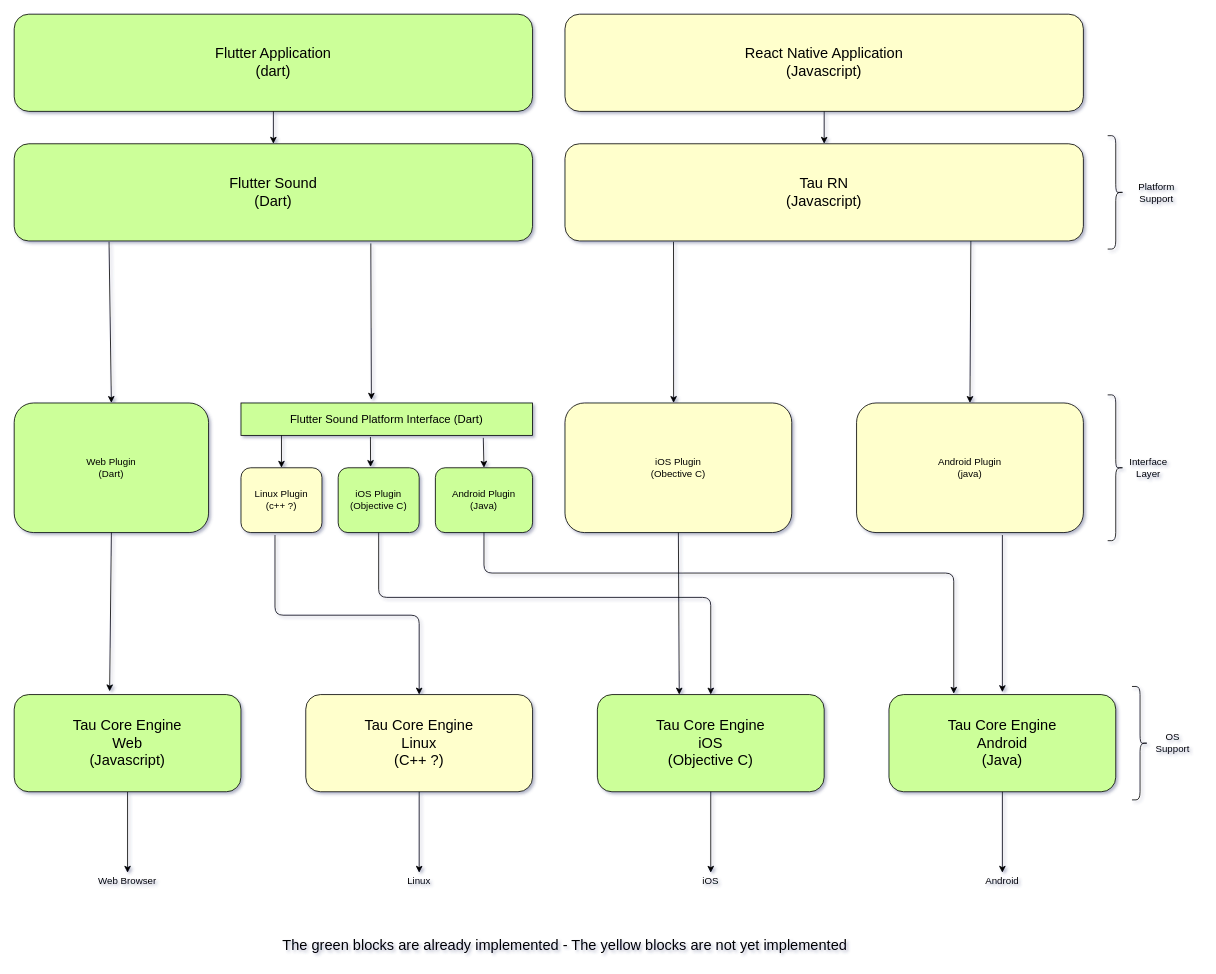
Before: doc/tau/architecture.drawio in Canardoux/flutter_sound, a draw.io diagram. Source tidied: cells renumbered, new cells numbered last; positions are measured from the earlier drawing's top-left corner, leaving out a move shared by most shapes. Both pictures are drawn from the tidied source at 81%, with x=0, y=0 at pixel (14, 14).
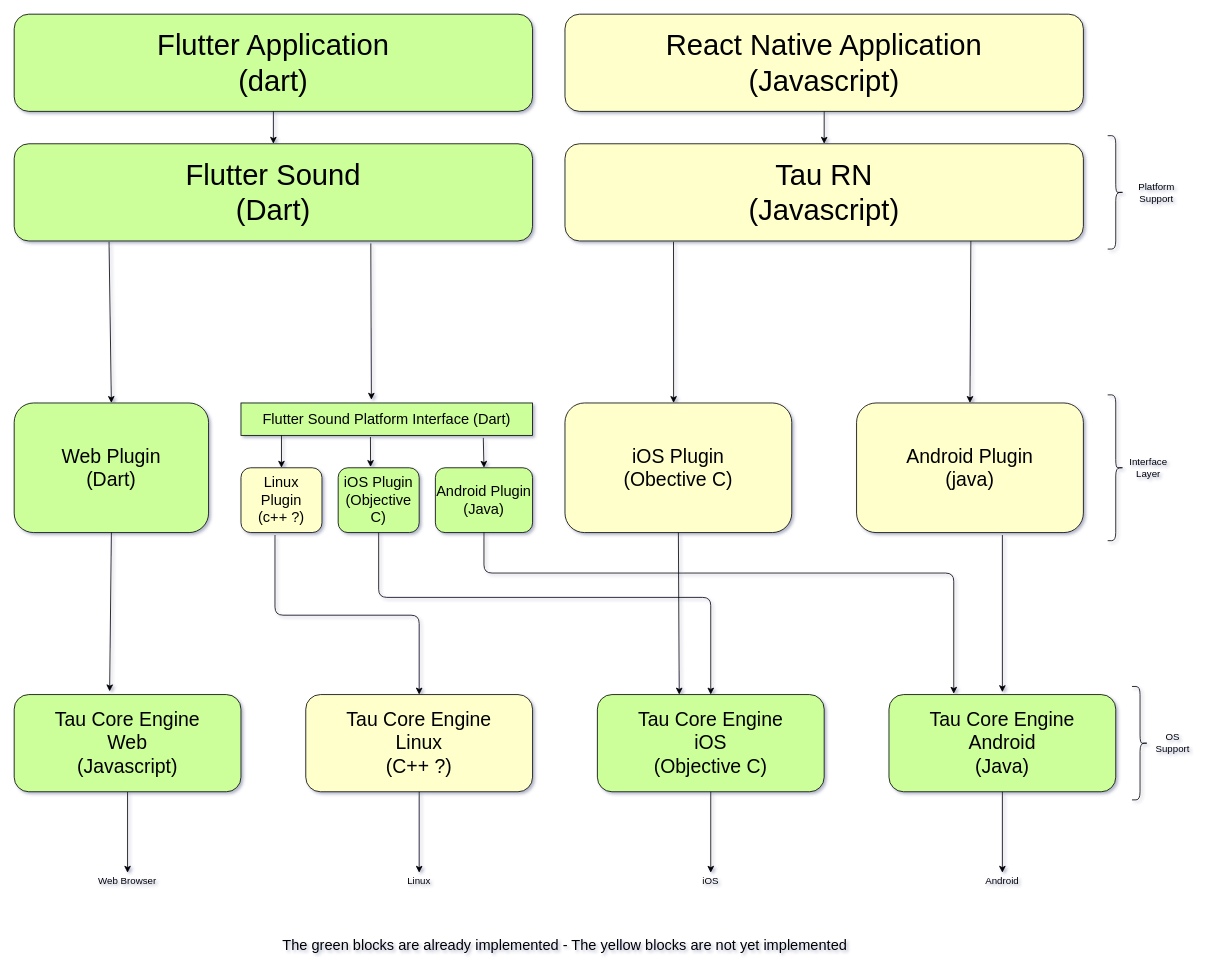
The same page after the edit.

What changed in the source:
```diff
@@
-    <mxCell id="2" value="&lt;font style=&quot;font-size: 18px&quot;&gt;Flutter Application&lt;br&gt;(dart)&lt;/font&gt;" style="rounded=1;whiteSpace=wrap;html=1;fillColor=#CCFF99;" parent="1" vertex="1">
+    <mxCell id="2" value="&lt;font style=&quot;font-size: 36px&quot;&gt;Flutter Application&lt;br&gt;(dart)&lt;/font&gt;" style="rounded=1;whiteSpace=wrap;html=1;fillColor=#CCFF99;" parent="1" vertex="1">
       <mxGeometry width="640" height="120" as="geometry" />
     </mxCell>
-    <mxCell id="3" value="&lt;font style=&quot;font-size: 18px&quot;&gt;React Native Application&lt;br&gt;(Javascript)&lt;/font&gt;" style="rounded=1;whiteSpace=wrap;html=1;fillColor=#FFFFCC;" parent="1" vertex="1">
+    <mxCell id="3" value="&lt;font style=&quot;font-size: 36px&quot;&gt;React Native Application&lt;br&gt;(Javascript)&lt;/font&gt;" style="rounded=1;whiteSpace=wrap;html=1;fillColor=#FFFFCC;" parent="1" vertex="1">
       <mxGeometry x="680" width="640" height="120" as="geometry" />
     </mxCell>
-    <mxCell id="4" value="&lt;font style=&quot;font-size: 18px&quot;&gt;Flutter Sound&lt;br&gt;&lt;/font&gt;&lt;font style=&quot;font-size: 18px&quot;&gt;(Dart)&lt;/font&gt;" style="rounded=1;whiteSpace=wrap;html=1;strokeColor=#000000;fillColor=#CCFF99;" parent="1" vertex="1">
+    <mxCell id="4" value="&lt;font style=&quot;font-size: 36px&quot;&gt;&lt;font&gt;Flutter Sound&lt;br&gt;&lt;/font&gt;&lt;font&gt;(Dart)&lt;/font&gt;&lt;/font&gt;" style="rounded=1;whiteSpace=wrap;html=1;strokeColor=#000000;fillColor=#CCFF99;" parent="1" vertex="1">
       <mxGeometry y="160" width="640" height="120" as="geometry" />
     </mxCell>
-    <mxCell id="5" value="&lt;font style=&quot;font-size: 18px&quot;&gt;Tau RN&lt;br&gt;(Javascript)&lt;br&gt;&lt;/font&gt;" style="rounded=1;whiteSpace=wrap;html=1;fillColor=#FFFFCC;" parent="1" vertex="1">
+    <mxCell id="5" value="&lt;font&gt;&lt;font style=&quot;font-size: 36px&quot;&gt;Tau RN&lt;br&gt;(Javascript)&lt;/font&gt;&lt;br&gt;&lt;/font&gt;" style="rounded=1;whiteSpace=wrap;html=1;fillColor=#FFFFCC;" parent="1" vertex="1">
       <mxGeometry x="680" y="160" width="640" height="120" as="geometry" />
     </mxCell>
@@
-    <mxCell id="7" value="&lt;font style=&quot;font-size: 18px&quot;&gt;Tau Core Engine&lt;br&gt;Web&lt;br&gt;(Javascript)&lt;/font&gt;" style="rounded=1;whiteSpace=wrap;html=1;fillColor=#CCFF99;" parent="1" vertex="1">
+    <mxCell id="7" value="&lt;font style=&quot;font-size: 24px&quot;&gt;Tau Core Engine&lt;br&gt;Web&lt;br&gt;(Javascript)&lt;/font&gt;" style="rounded=1;whiteSpace=wrap;html=1;fillColor=#CCFF99;" parent="1" vertex="1">
       <mxGeometry y="840" width="280" height="120" as="geometry" />
     </mxCell>
-    <mxCell id="8" value="&lt;font style=&quot;font-size: 18px&quot;&gt;Tau Core Engine&lt;br&gt;Linux&lt;br&gt;(C++ ?)&lt;br&gt;&lt;/font&gt;" style="rounded=1;whiteSpace=wrap;html=1;fillColor=#FFFFCC;" parent="1" vertex="1">
+    <mxCell id="8" value="&lt;font&gt;&lt;font style=&quot;font-size: 24px&quot;&gt;Tau Core Engine&lt;br&gt;Linux&lt;br&gt;(C++ ?)&lt;/font&gt;&lt;br&gt;&lt;/font&gt;" style="rounded=1;whiteSpace=wrap;html=1;fillColor=#FFFFCC;" parent="1" vertex="1">
       <mxGeometry x="360" y="840" width="280" height="120" as="geometry" />
     </mxCell>
-    <mxCell id="9" value="&lt;font style=&quot;font-size: 18px&quot;&gt;Tau Core Engine&lt;br&gt;iOS&lt;br&gt;(Objective C)&lt;br&gt;&lt;/font&gt;" style="rounded=1;whiteSpace=wrap;html=1;fillColor=#CCFF99;" parent="1" vertex="1">
+    <mxCell id="9" value="&lt;font&gt;&lt;font style=&quot;font-size: 24px&quot;&gt;Tau Core Engine&lt;br&gt;iOS&lt;br&gt;(Objective C)&lt;/font&gt;&lt;br&gt;&lt;/font&gt;" style="rounded=1;whiteSpace=wrap;html=1;fillColor=#CCFF99;" parent="1" vertex="1">
       <mxGeometry x="720" y="840" width="280" height="120" as="geometry" />
     </mxCell>
-    <mxCell id="10" value="&lt;font style=&quot;font-size: 18px&quot;&gt;Tau Core Engine&lt;br&gt;Android&lt;br&gt;(Java)&lt;/font&gt;" style="rounded=1;whiteSpace=wrap;html=1;fillColor=#CCFF99;" parent="1" vertex="1">
+    <mxCell id="10" value="&lt;font style=&quot;font-size: 24px&quot;&gt;Tau Core Engine&lt;br&gt;Android&lt;br&gt;(Java)&lt;/font&gt;" style="rounded=1;whiteSpace=wrap;html=1;fillColor=#CCFF99;" parent="1" vertex="1">
       <mxGeometry x="1080" y="840" width="280" height="120" as="geometry" />
     </mxCell>
-    <mxCell id="11" value="Web Plugin&lt;br&gt;(Dart)" style="rounded=1;whiteSpace=wrap;html=1;fillColor=#CCFF99;" parent="1" vertex="1">
+    <mxCell id="11" value="&lt;font style=&quot;font-size: 24px&quot;&gt;Web Plugin&lt;br&gt;(Dart)&lt;/font&gt;" style="rounded=1;whiteSpace=wrap;html=1;fillColor=#CCFF99;" parent="1" vertex="1">
       <mxGeometry y="480" width="240" height="160" as="geometry" />
     </mxCell>
-    <mxCell id="12" value="&lt;font style=&quot;font-size: 14px&quot;&gt;Flutter Sound Platform Interface (Dart)&lt;/font&gt;" style="rounded=0;whiteSpace=wrap;html=1;fillColor=#CCFF99;" parent="1" vertex="1">
+    <mxCell id="12" value="&lt;font style=&quot;font-size: 18px&quot;&gt;Flutter Sound Platform Interface (Dart)&lt;/font&gt;" style="rounded=0;whiteSpace=wrap;html=1;fillColor=#CCFF99;" parent="1" vertex="1">
       <mxGeometry x="280" y="480" width="360" height="40" as="geometry" />
     </mxCell>
-    <mxCell id="13" value="Linux Plugin&lt;br&gt;(c++ ?)" style="rounded=1;whiteSpace=wrap;html=1;fillColor=#FFFFCC;" parent="1" vertex="1">
+    <mxCell id="13" value="&lt;font style=&quot;font-size: 18px&quot;&gt;Linux Plugin&lt;br&gt;(c++ ?)&lt;/font&gt;" style="rounded=1;whiteSpace=wrap;html=1;fillColor=#FFFFCC;" parent="1" vertex="1">
       <mxGeometry x="280" y="560" width="100" height="80" as="geometry" />
     </mxCell>
-    <mxCell id="14" value="iOS Plugin&lt;br&gt;(Objective C)" style="rounded=1;whiteSpace=wrap;html=1;fillColor=#CCFF99;" parent="1" vertex="1">
+    <mxCell id="14" value="&lt;font style=&quot;font-size: 18px&quot;&gt;iOS Plugin&lt;br&gt;(Objective C)&lt;/font&gt;" style="rounded=1;whiteSpace=wrap;html=1;fillColor=#CCFF99;" parent="1" vertex="1">
       <mxGeometry x="400" y="560" width="100" height="80" as="geometry" />
     </mxCell>
-    <mxCell id="15" value="Android Plugin&lt;br&gt;(Java)" style="rounded=1;whiteSpace=wrap;html=1;fillColor=#CCFF99;" parent="1" vertex="1">
+    <mxCell id="15" value="&lt;font style=&quot;font-size: 18px&quot;&gt;Android Plugin&lt;br&gt;(Java)&lt;/font&gt;" style="rounded=1;whiteSpace=wrap;html=1;fillColor=#CCFF99;" parent="1" vertex="1">
       <mxGeometry x="520" y="560" width="120" height="80" as="geometry" />
     </mxCell>
-    <mxCell id="16" value="iOS Plugin&lt;br&gt;(Obective C)" style="rounded=1;whiteSpace=wrap;html=1;fillColor=#FFFFCC;" parent="1" vertex="1">
+    <mxCell id="16" value="&lt;font style=&quot;font-size: 24px&quot;&gt;iOS Plugin&lt;br&gt;(Obective C)&lt;/font&gt;" style="rounded=1;whiteSpace=wrap;html=1;fillColor=#FFFFCC;" parent="1" vertex="1">
       <mxGeometry x="680" y="480" width="280" height="160" as="geometry" />
     </mxCell>
-    <mxCell id="17" value="Android Plugin&lt;br&gt;(java)" style="rounded=1;whiteSpace=wrap;html=1;fillColor=#FFFFCC;" parent="1" vertex="1">
+    <mxCell id="17" value="&lt;font style=&quot;font-size: 24px&quot;&gt;Android Plugin&lt;br&gt;(java)&lt;/font&gt;" style="rounded=1;whiteSpace=wrap;html=1;fillColor=#FFFFCC;" parent="1" vertex="1">
       <mxGeometry x="1040" y="480" width="280" height="160" as="geometry" />
     </mxCell>
```
